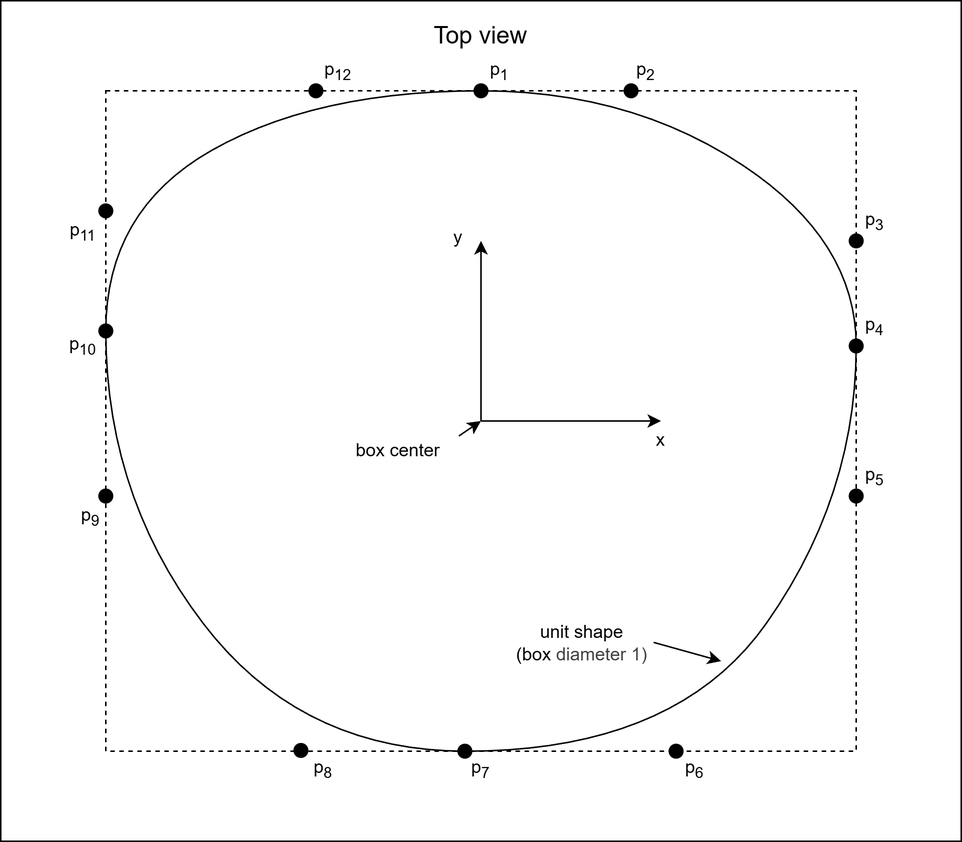
ues-if/specification keeps this draw.io diagram as images/diagrams/coordinates.drawio.png. Above is the earlier version. Source tidied: cells renumbered, new cells last; positions are measured from the earlier drawing's top-left corner, leaving out a move shared by most shapes.
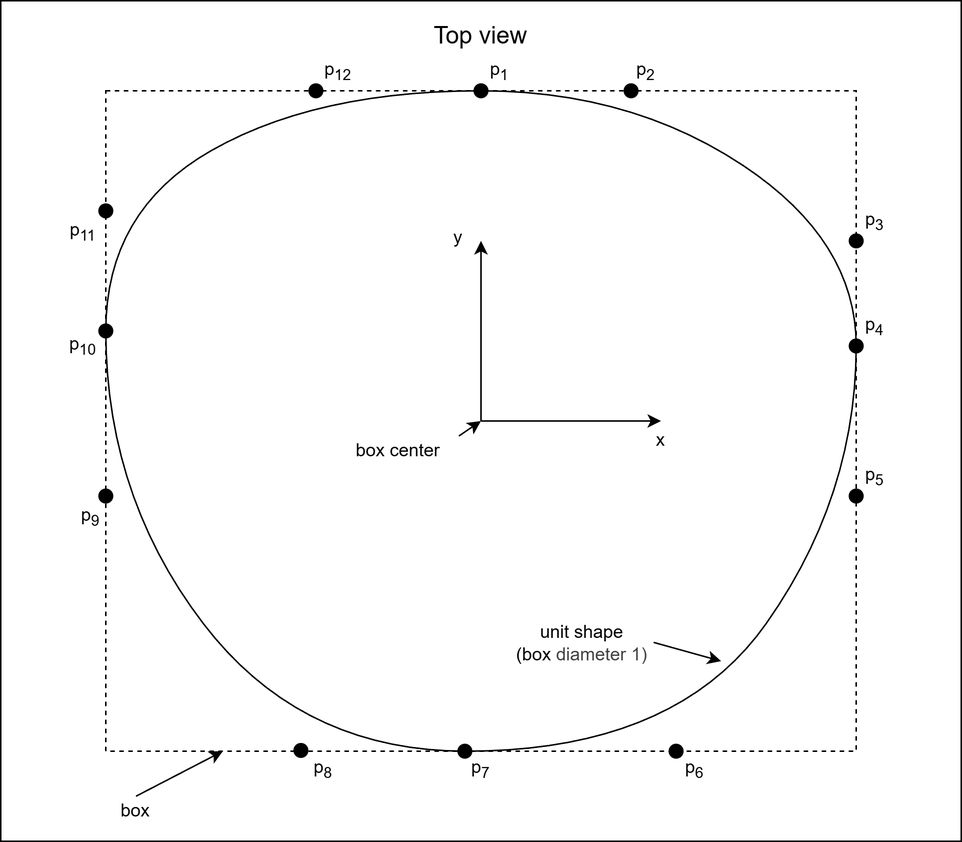
The same diagram one commit later.

The edit, as a diff of the source:
```diff
@@ -160,5 +160,11 @@
     <mxCell id="41" value="p&lt;sub&gt;12&lt;/sub&gt;" style="text;html=1;align=center;verticalAlign=middle;whiteSpace=wrap;rounded=0;" parent="1" vertex="1">
       <mxGeometry x="215" y="38" width="19.8" height="17" as="geometry" />
     </mxCell>
+    <mxCell id="42" value="box" style="text;html=1;align=center;verticalAlign=middle;whiteSpace=wrap;rounded=0;" parent="1" vertex="1">
+      <mxGeometry x="50" y="530" width="80.2" height="20" as="geometry" />
+    </mxCell>
+    <mxCell id="43" style="endArrow=classic;html=1;exitX=0.5;exitY=0;exitDx=0;exitDy=0;entryX=0.156;entryY=1;entryDx=0;entryDy=0;entryPerimeter=0;" parent="1" edge="1" source="42" target="3">
+      <mxGeometry relative="1" as="geometry" />
+    </mxCell>
   </root>
 </mxGraphModel>
```
